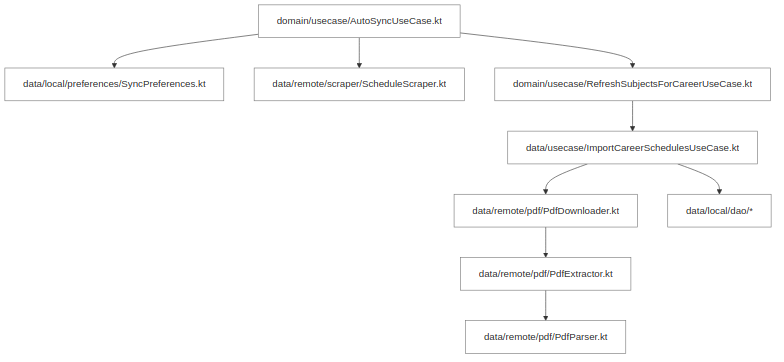
Above: images/diagrams/cap4_c4_4_code_f1.png in smith-3/Taller-Grado-II (Mermaid), before the change. Its source is kept beside it as images/diagrams/cap4_c4_4_code_f1.mmd. Its diagram source:
```mermaid
flowchart TB
    AutoSync[domain/usecase/AutoSyncUseCase.kt]:::code
    SyncPrefs[data/local/preferences/SyncPreferences.kt]:::code
    Scraper[data/remote/scraper/ScheduleScraper.kt]:::code
    Downloader[data/remote/pdf/PdfDownloader.kt]:::code
    Extractor[data/remote/pdf/PdfExtractor.kt]:::code
    Parser[data/remote/pdf/PdfParser.kt]:::code
    ImportUC[data/usecase/ImportCareerSchedulesUseCase.kt]:::code
    RefreshUC[domain/usecase/RefreshSubjectsForCareerUseCase.kt]:::code
    DAOs[data/local/dao/*]:::code

    AutoSync --> Scraper
    AutoSync --> RefreshUC
    AutoSync --> SyncPrefs
    RefreshUC --> ImportUC
    ImportUC --> Downloader --> Extractor --> Parser
    ImportUC --> DAOs

    classDef code fill:#ffffff,stroke:#777
```
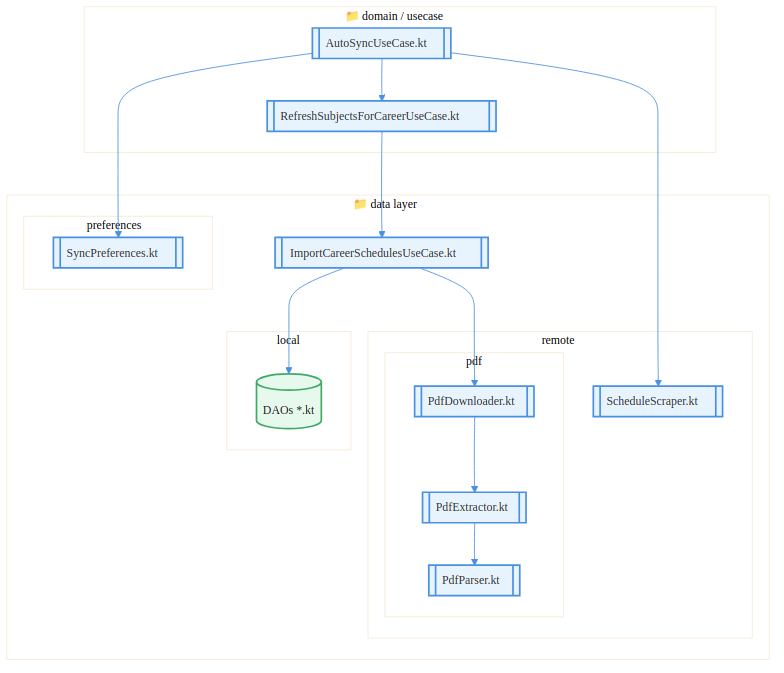
Later version of the same file.

Diff of the diagram source:
```diff
@@ -1,19 +1,48 @@
+%%{init: {
+  "theme": "base",
+  "themeVariables": {
+    "fontSize": "14px",
+    "fontFamily": "Arial, sans-serif",
+    "lineColor": "#4A90E2"
+  }
+}}%%
 flowchart TB
-    AutoSync[domain/usecase/AutoSyncUseCase.kt]:::code
-    SyncPrefs[data/local/preferences/SyncPreferences.kt]:::code
-    Scraper[data/remote/scraper/ScheduleScraper.kt]:::code
-    Downloader[data/remote/pdf/PdfDownloader.kt]:::code
-    Extractor[data/remote/pdf/PdfExtractor.kt]:::code
-    Parser[data/remote/pdf/PdfParser.kt]:::code
-    ImportUC[data/usecase/ImportCareerSchedulesUseCase.kt]:::code
-    RefreshUC[domain/usecase/RefreshSubjectsForCareerUseCase.kt]:::code
-    DAOs[data/local/dao/*]:::code
+
+    subgraph Domain["📁 domain / usecase"]
+        AutoSync[[AutoSyncUseCase.kt]]:::code
+        RefreshUC[[RefreshSubjectsForCareerUseCase.kt]]:::code
+    end
+
+    subgraph Data["📁 data layer"]
+        subgraph Preferences["preferences"]
+            SyncPrefs[[SyncPreferences.kt]]:::code
+        end
+
+        subgraph Remote["remote"]
+            Scraper[[ScheduleScraper.kt]]:::code
+
+            subgraph PDF["pdf"]
+                Downloader[[PdfDownloader.kt]]:::code
+                Extractor[[PdfExtractor.kt]]:::code
+                Parser[[PdfParser.kt]]:::code
+            end
+        end
+
+        subgraph Local["local"]
+            DAOs[(DAOs *.kt)]:::database
+        end
+
+        ImportUC[[ImportCareerSchedulesUseCase.kt]]:::code
+    end
 
     AutoSync --> Scraper
     AutoSync --> RefreshUC
     AutoSync --> SyncPrefs
+
     RefreshUC --> ImportUC
+
     ImportUC --> Downloader --> Extractor --> Parser
     ImportUC --> DAOs
 
-    classDef code fill:#ffffff,stroke:#777
+    classDef code fill:#E8F4FD,stroke:#4A90E2,stroke-width:2px,rx:6,ry:6,color:#333;
+    classDef database fill:#E7F8ED,stroke:#3FAA66,stroke-width:2px,color:#222;
```
